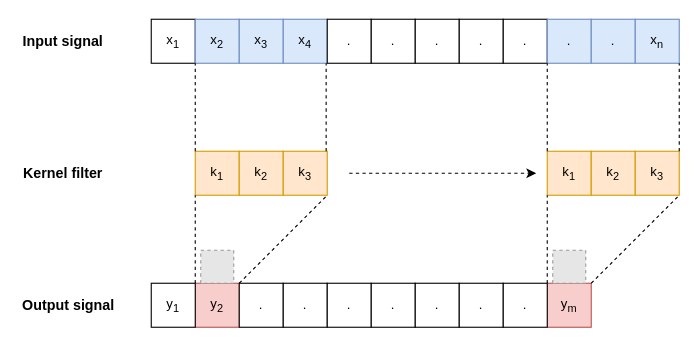
Earlier version of the draw.io diagram documentation/Thesis/drawio/Convolution.drawio (cedricmendelin/master-thesis). Source tidied: cells renumbered, new cells numbered last; positions are measured from the earlier drawing's top-left corner, leaving out a move shared by most shapes. Both pictures are drawn from the tidied source at 110%, with x=0, y=0 at pixel (19, 19). Pictures stored in the file or linked from it are replaced by grey dashed boxes.
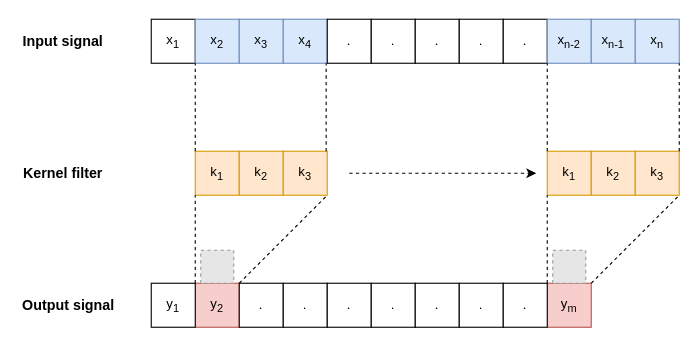
The same diagram, later.

Change to the diagram source:
```diff
@@
-    <mxCell id="11" value="." style="whiteSpace=wrap;html=1;fillColor=#dae8fc;strokeColor=#6c8ebf;" parent="1" vertex="1">
+    <mxCell id="11" value="x&lt;sub&gt;n-2&lt;/sub&gt;" style="whiteSpace=wrap;html=1;fillColor=#dae8fc;strokeColor=#6c8ebf;" parent="1" vertex="1">
       <mxGeometry x="480" width="40" height="40" as="geometry" />
     </mxCell>
-    <mxCell id="12" value="." style="whiteSpace=wrap;html=1;fillColor=#dae8fc;strokeColor=#6c8ebf;" parent="1" vertex="1">
+    <mxCell id="12" value="x&lt;sub&gt;n-1&lt;/sub&gt;" style="whiteSpace=wrap;html=1;fillColor=#dae8fc;strokeColor=#6c8ebf;" parent="1" vertex="1">
       <mxGeometry x="520" width="40" height="40" as="geometry" />
     </mxCell>
```
